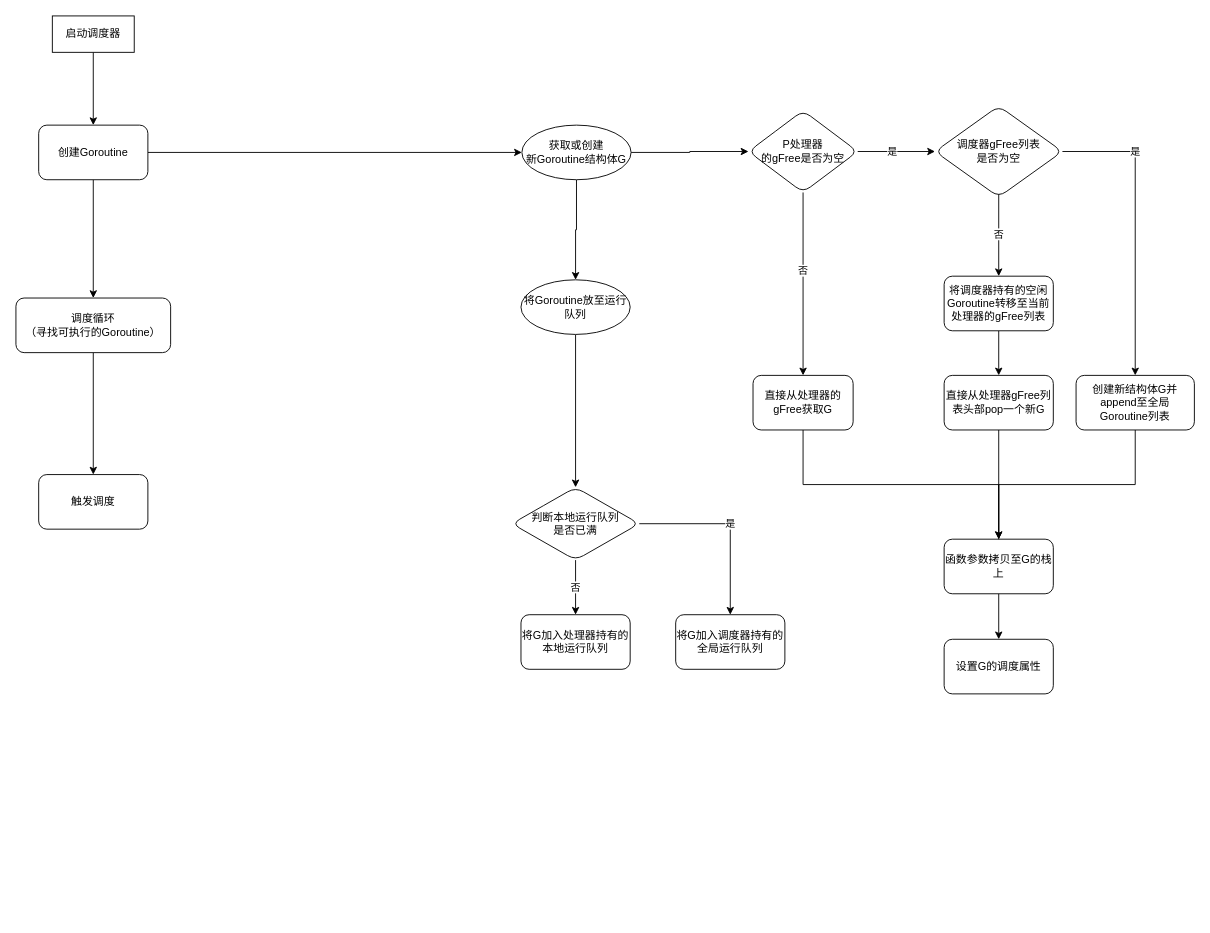
Above: Golang的Goroutine原理机制.drawio in Lijuce/gitTest (draw.io), before the change. Source tidied: cells renumbered, new cells numbered last; positions are measured from the earlier drawing's top-left corner, leaving out a move shared by most shapes. Both pictures are drawn from the tidied source at 91%, with x=0, y=0 at pixel (15, 15).
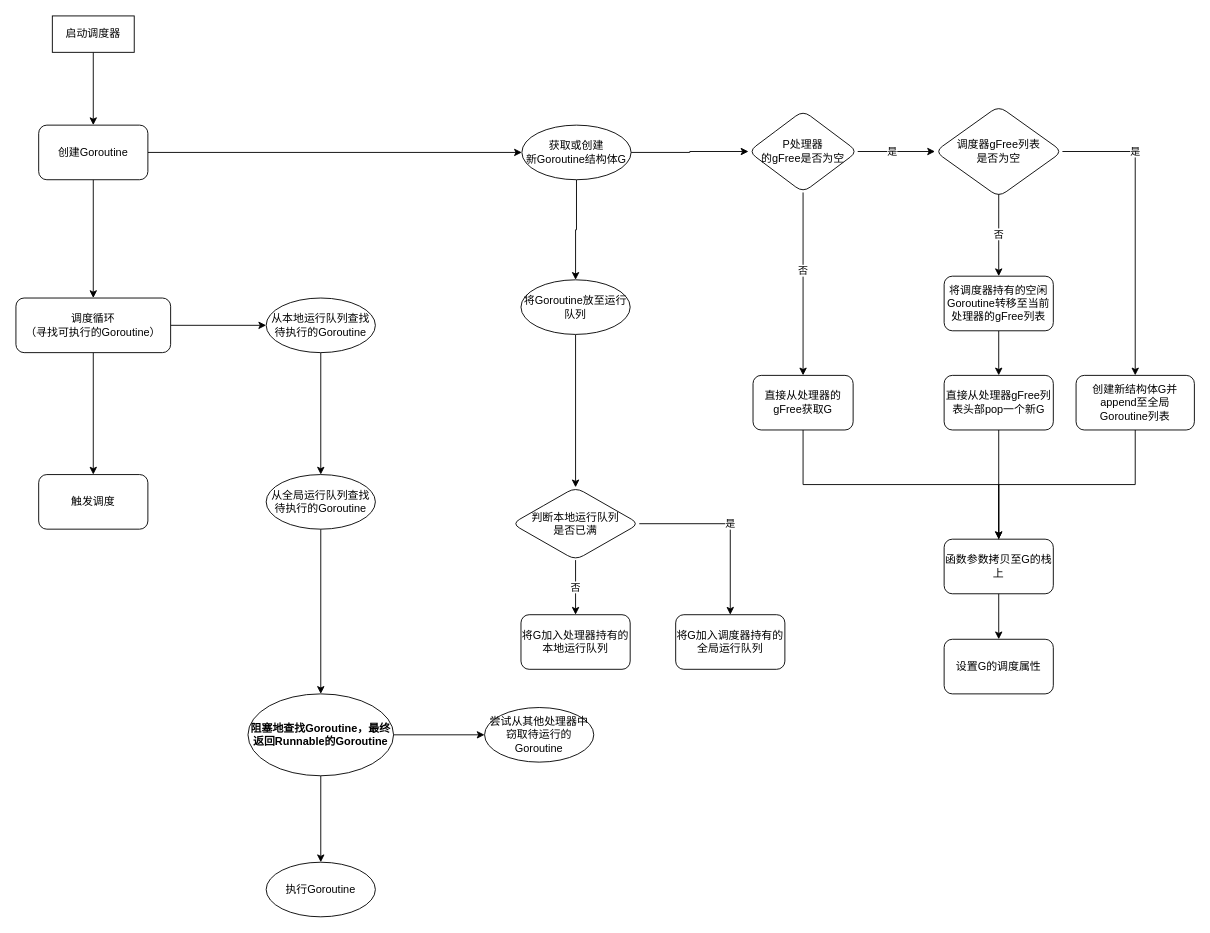
Above is the later version.

Commit message:
Update Golang的Goroutine原理机制.drawio

The change refers to these unchanged cells:
```xml
<mxCell id="30" value="调度循环&lt;br&gt;（寻找可执行的Goroutine）" style="rounded=1;whiteSpace=wrap;html=1;" parent="1" vertex="1">
  <mxGeometry y="310" width="170" height="60" as="geometry" />
</mxCell>
```

Change to the diagram source:
```diff
@@
+    <mxCell id="37" style="edgeStyle=orthogonalEdgeStyle;rounded=0;jettySize=auto;html=1;" parent="1" edge="1" source="30" target="39">
+      <mxGeometry relative="1" as="geometry" />
+    </mxCell>
@@
+    <mxCell id="38" style="edgeStyle=orthogonalEdgeStyle;rounded=0;jettySize=auto;html=1;" parent="1" edge="1" source="39" target="41">
+      <mxGeometry relative="1" as="geometry" />
+    </mxCell>
+    <mxCell id="39" value="从本地运行队列查找待执行的Goroutine" style="ellipse;whiteSpace=wrap;html=1;rounded=1;" parent="1" vertex="1">
+      <mxGeometry x="275" y="310" width="120" height="60" as="geometry" />
+    </mxCell>
+    <mxCell id="40" style="edgeStyle=orthogonalEdgeStyle;rounded=0;jettySize=auto;html=1;" parent="1" edge="1" source="41" target="44">
+      <mxGeometry relative="1" as="geometry" />
+    </mxCell>
+    <mxCell id="41" value="从全局运行队列查找待执行的Goroutine" style="ellipse;whiteSpace=wrap;html=1;rounded=1;" parent="1" vertex="1">
+      <mxGeometry x="275" y="504" width="120" height="60" as="geometry" />
+    </mxCell>
+    <mxCell id="42" style="edgeStyle=orthogonalEdgeStyle;rounded=0;jettySize=auto;html=1;" parent="1" edge="1" source="44" target="45">
+      <mxGeometry relative="1" as="geometry" />
+    </mxCell>
+    <mxCell id="43" style="edgeStyle=orthogonalEdgeStyle;rounded=0;jettySize=auto;html=1;" parent="1" edge="1" source="44" target="46">
+      <mxGeometry relative="1" as="geometry" />
+    </mxCell>
+    <mxCell id="44" value="阻塞地查找Goroutine，最终返回Runnable的Goroutine" style="ellipse;whiteSpace=wrap;html=1;rounded=1;fontStyle=1;" parent="1" vertex="1">
+      <mxGeometry x="255" y="745" width="160" height="90" as="geometry" />
+    </mxCell>
+    <mxCell id="45" value="尝试从其他处理器中窃取待运行的Goroutine" style="ellipse;whiteSpace=wrap;html=1;rounded=1;" parent="1" vertex="1">
+      <mxGeometry x="515" y="760" width="120" height="60" as="geometry" />
+    </mxCell>
+    <mxCell id="46" value="&lt;span style=&quot;font-weight: normal&quot;&gt;执行Goroutine&lt;/span&gt;" style="ellipse;whiteSpace=wrap;html=1;rounded=1;fontStyle=1;" parent="1" vertex="1">
+      <mxGeometry x="275" y="930" width="120" height="60" as="geometry" />
+    </mxCell>
```
